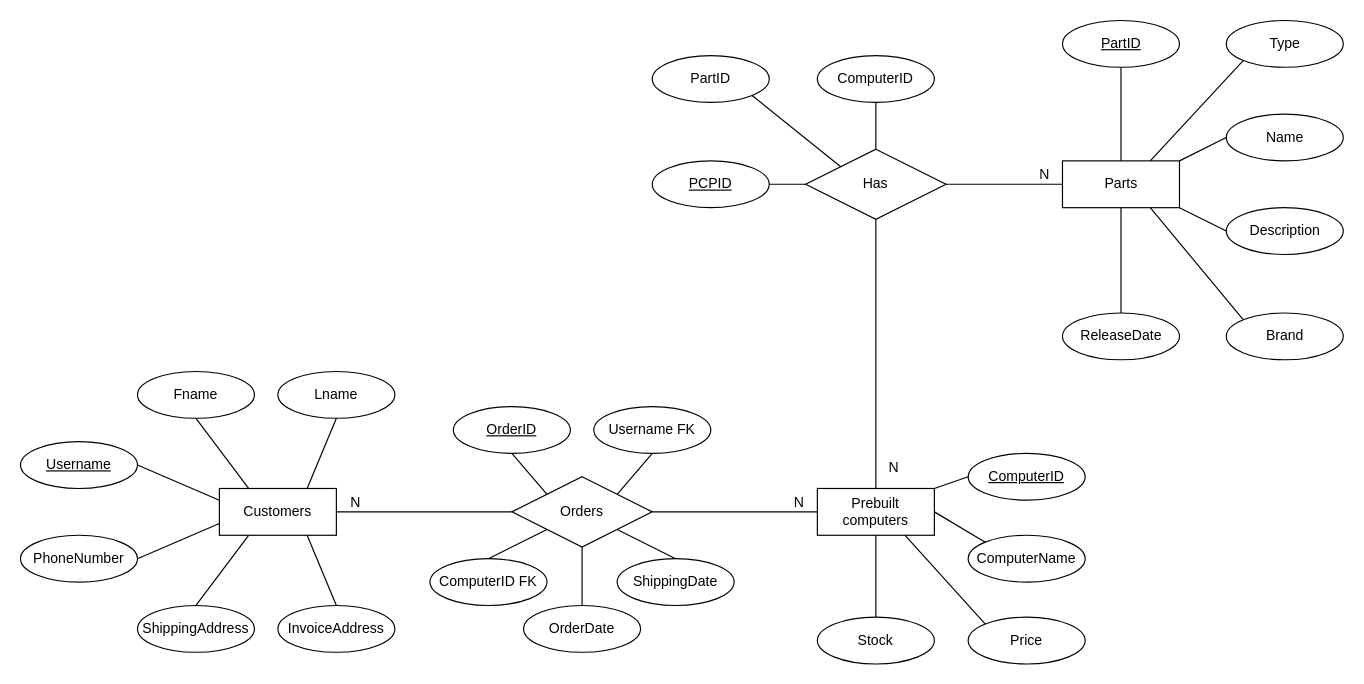
Before: model/er_diagram.drawio in RealNexa/bth-dv1663-project, a draw.io diagram. Source tidied: cells renumbered, new cells numbered last; positions are measured from the earlier drawing's top-left corner, leaving out a move shared by most shapes. Both pictures are drawn from the tidied source at 117%, with x=0, y=0 at pixel (20, 20).
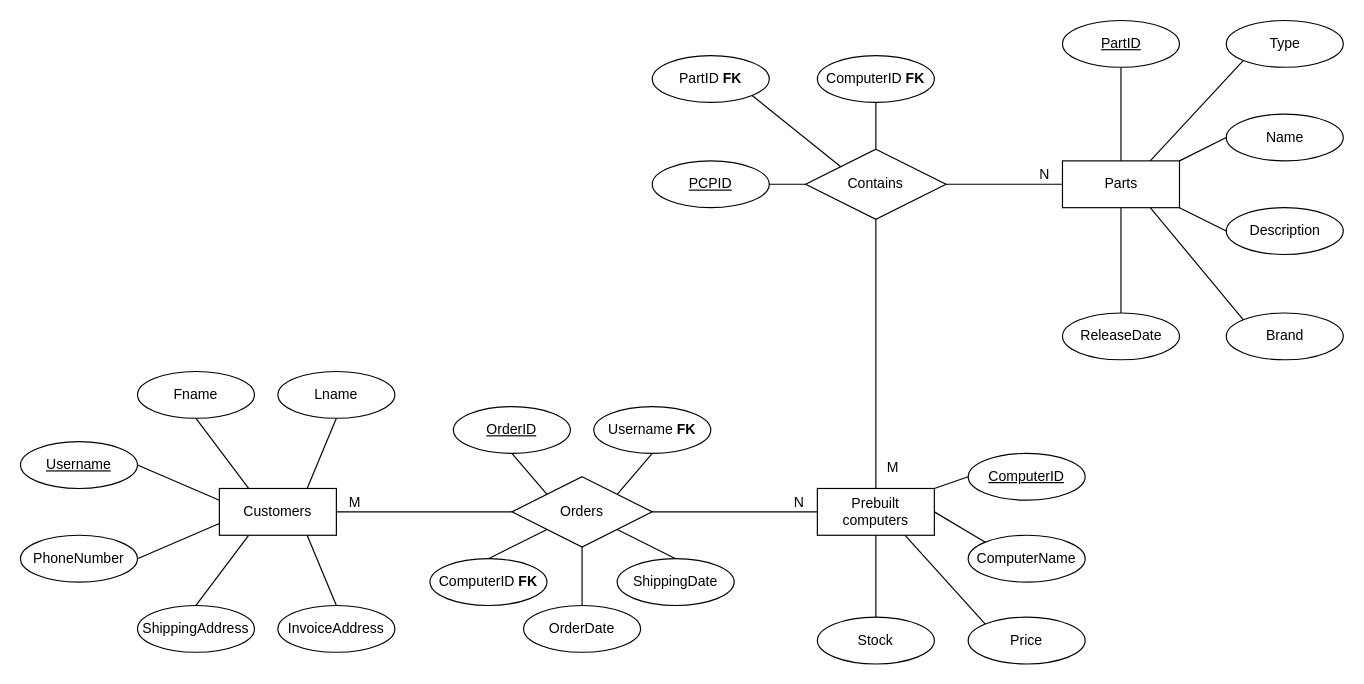
The same diagram, later.

The change refers to these unchanged cells:
```xml
<mxCell id="32" style="endArrow=none;html=1;rounded=0;fontSize=12;exitX=0.5;exitY=1;exitDx=0;exitDy=0;entryX=0.5;entryY=0;entryDx=0;entryDy=0;" parent="1" edge="1" source="5" target="4">
  <mxGeometry relative="1" as="geometry" />
</mxCell>
<mxCell id="37" style="endArrow=none;html=1;rounded=0;fontSize=12;exitX=0;exitY=0.5;exitDx=0;exitDy=0;entryX=1;entryY=0.5;entryDx=0;entryDy=0;" parent="1" edge="1" source="2" target="3">
  <mxGeometry relative="1" as="geometry" />
</mxCell>
```

Change to the diagram source:
```diff
@@
-    <mxCell id="5" value="&lt;font style=&quot;font-size: 12px;&quot;&gt;Has&lt;/font&gt;" style="shape=rhombus;perimeter=rhombusPerimeter;whiteSpace=wrap;html=1;align=center;" parent="1" vertex="1">
+    <mxCell id="5" value="&lt;font style=&quot;font-size: 12px;&quot;&gt;Contains&lt;/font&gt;" style="shape=rhombus;perimeter=rhombusPerimeter;whiteSpace=wrap;html=1;align=center;" parent="1" vertex="1">
       <mxGeometry x="671.1" y="110" width="120" height="60" as="geometry" />
     </mxCell>
@@
-    <mxCell id="8" value="&lt;font style=&quot;font-size: 12px;&quot;&gt;PartID&lt;/font&gt;" style="ellipse;whiteSpace=wrap;html=1;align=center;fontStyle=4;fontSize=8;" parent="1" vertex="1">
-      <mxGeometry x="890.6" width="100" height="40" as="geometry" />
-    </mxCell>
@@
-    <mxCell id="33" value="N" style="html=1;align=right;verticalAlign=bottom;fontSize=12;" parent="32" vertex="1">
+    <mxCell id="33" value="M" style="html=1;align=right;verticalAlign=bottom;fontSize=12;" parent="32" vertex="1">
       <mxGeometry x="1" relative="1" as="geometry">
         <mxPoint x="20" y="-10" as="offset" />
       </mxGeometry>
     </mxCell>
@@
-    <mxCell id="38" value="N" style="html=1;align=right;verticalAlign=bottom;fontSize=12;" parent="37" vertex="1">
+    <mxCell id="38" value="M" style="html=1;align=right;verticalAlign=bottom;fontSize=12;" parent="37" vertex="1">
       <mxGeometry x="1" relative="1" as="geometry">
         <mxPoint x="21" as="offset" />
       </mxGeometry>
     </mxCell>
@@
-    <mxCell id="40" value="Username FK" style="ellipse;whiteSpace=wrap;html=1;align=center;" parent="1" vertex="1">
+    <mxCell id="40" value="Username &lt;b&gt;FK&lt;/b&gt;" style="ellipse;whiteSpace=wrap;html=1;align=center;" parent="1" vertex="1">
       <mxGeometry x="490" y="330" width="100" height="40" as="geometry" />
     </mxCell>
-    <mxCell id="41" value="ComputerID FK" style="ellipse;whiteSpace=wrap;html=1;align=center;" parent="1" vertex="1">
+    <mxCell id="41" value="ComputerID &lt;b&gt;FK&lt;/b&gt;" style="ellipse;whiteSpace=wrap;html=1;align=center;" parent="1" vertex="1">
       <mxGeometry x="350" y="460" width="100" height="40" as="geometry" />
     </mxCell>
@@
-    <mxCell id="50" value="PartID" style="ellipse;whiteSpace=wrap;html=1;align=center;fontSize=12;" parent="1" vertex="1">
+    <mxCell id="50" value="PartID &lt;b&gt;FK&lt;/b&gt;" style="ellipse;whiteSpace=wrap;html=1;align=center;fontSize=12;" parent="1" vertex="1">
       <mxGeometry x="540" y="30" width="100" height="40" as="geometry" />
     </mxCell>
-    <mxCell id="51" value="ComputerID" style="ellipse;whiteSpace=wrap;html=1;align=center;fontSize=12;" parent="1" vertex="1">
+    <mxCell id="51" value="ComputerID &lt;b&gt;FK&lt;/b&gt;" style="ellipse;whiteSpace=wrap;html=1;align=center;fontSize=12;" parent="1" vertex="1">
       <mxGeometry x="681.1" y="30" width="100" height="40" as="geometry" />
     </mxCell>
@@
+    <mxCell id="8" value="PartID" style="ellipse;whiteSpace=wrap;html=1;align=center;fontStyle=4;" parent="1" vertex="1">
+      <mxGeometry x="890.6" width="100" height="40" as="geometry" />
+    </mxCell>
```
